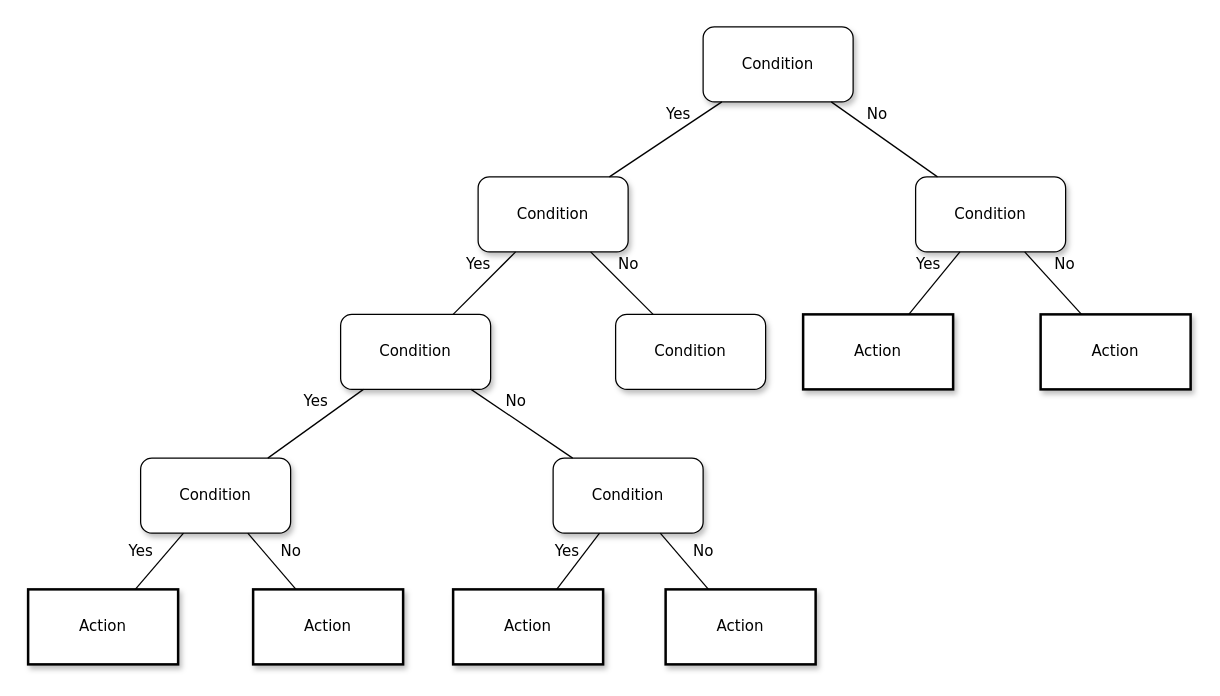
This is PW2/Diagrama sin título.drawio from AdriaCoding/IDSS, a draw.io file, before an edit. Source tidied: cells renumbered, new cells numbered last; positions are measured from the earlier drawing's top-left corner, leaving out a move shared by most shapes. Both pictures are drawn from the tidied source at 125%, with x=0, y=0 at pixel (28, 26).
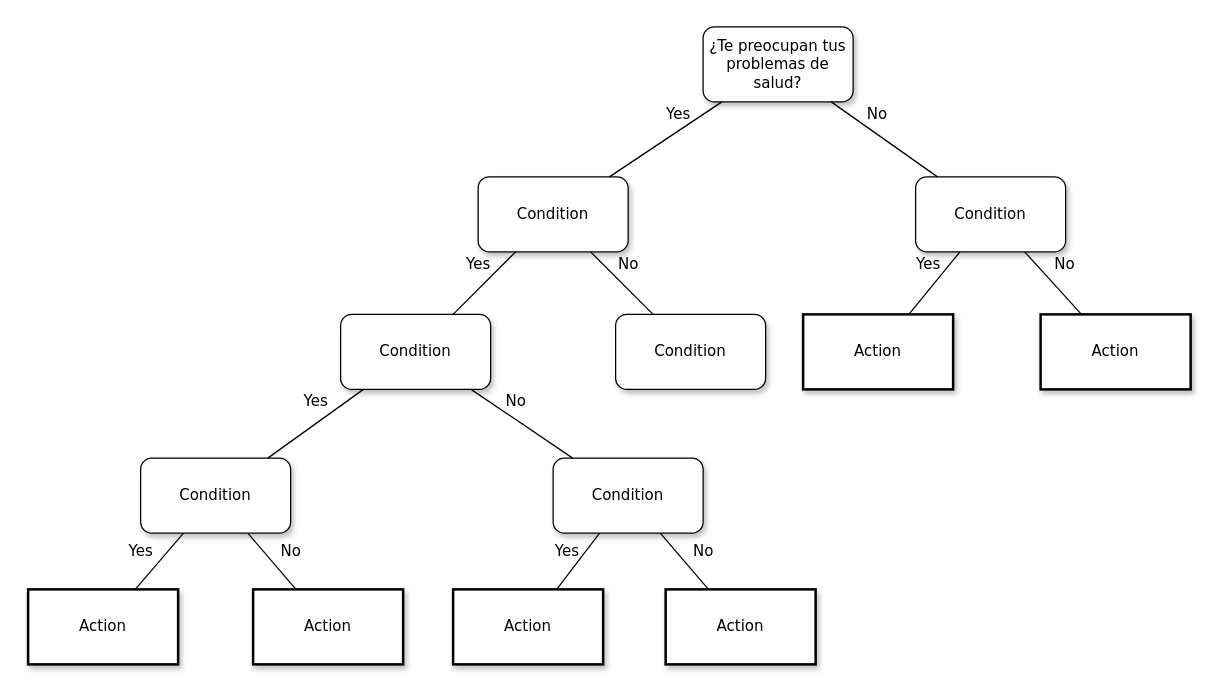
Above is the later version.

Change to the diagram source:
```diff
@@
-    <mxCell id="2" value="Condition" style="whiteSpace=wrap;html=1;rounded=1;shadow=1;labelBackgroundColor=none;strokeWidth=1;fontFamily=Verdana;fontSize=12;align=center;" parent="1" vertex="1">
+    <mxCell id="2" value="¿&lt;span style=&quot;background-color: initial;&quot;&gt;Te preocupan tus problemas de salud?&lt;/span&gt;" style="whiteSpace=wrap;html=1;rounded=1;shadow=1;labelBackgroundColor=none;strokeWidth=1;fontFamily=Verdana;fontSize=12;align=center;" parent="1" vertex="1">
       <mxGeometry x="540" width="120" height="60" as="geometry" />
     </mxCell>
```
